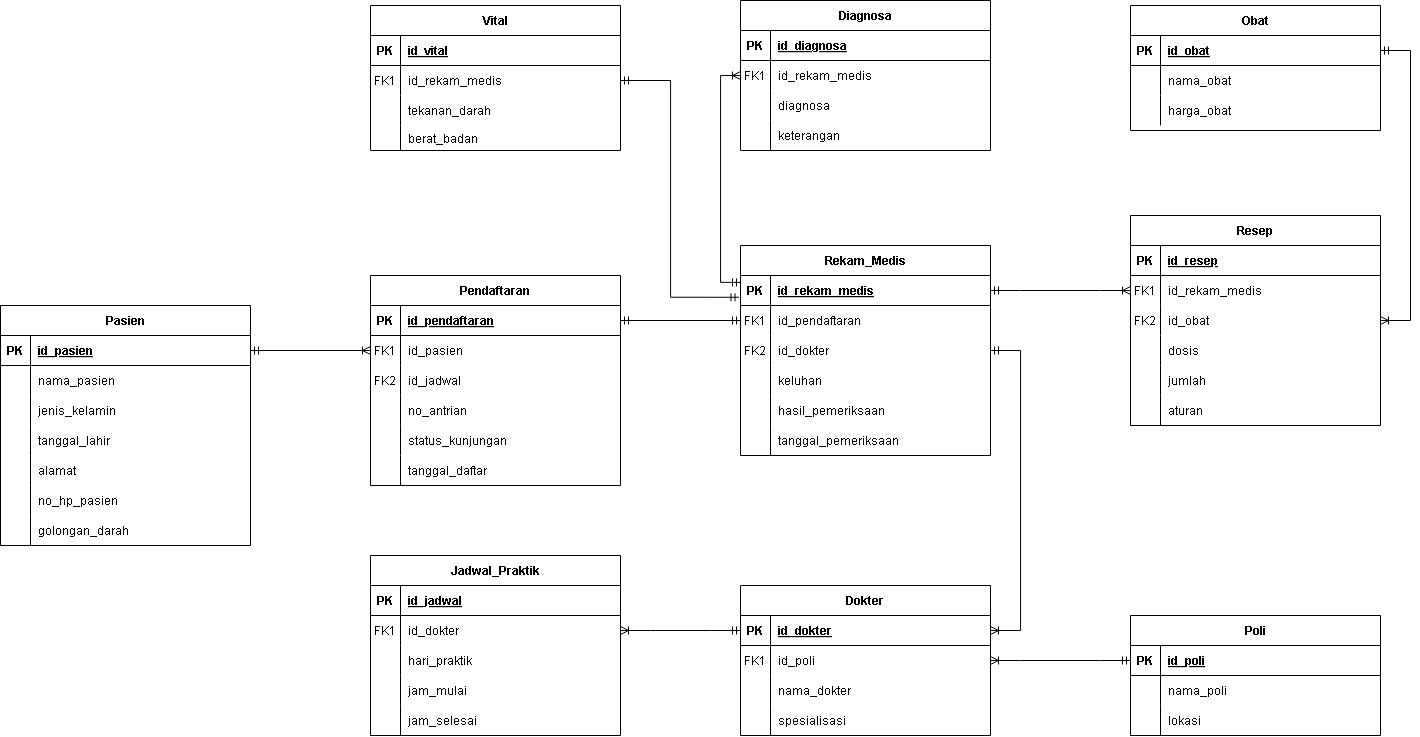
This is ERD.drawio.png from censsignment/db-rumahsakit, a draw.io export, as it was before one commit. Source tidied: cells renumbered, new cells last; positions are measured from the earlier drawing's top-left corner, leaving out a move shared by most shapes.
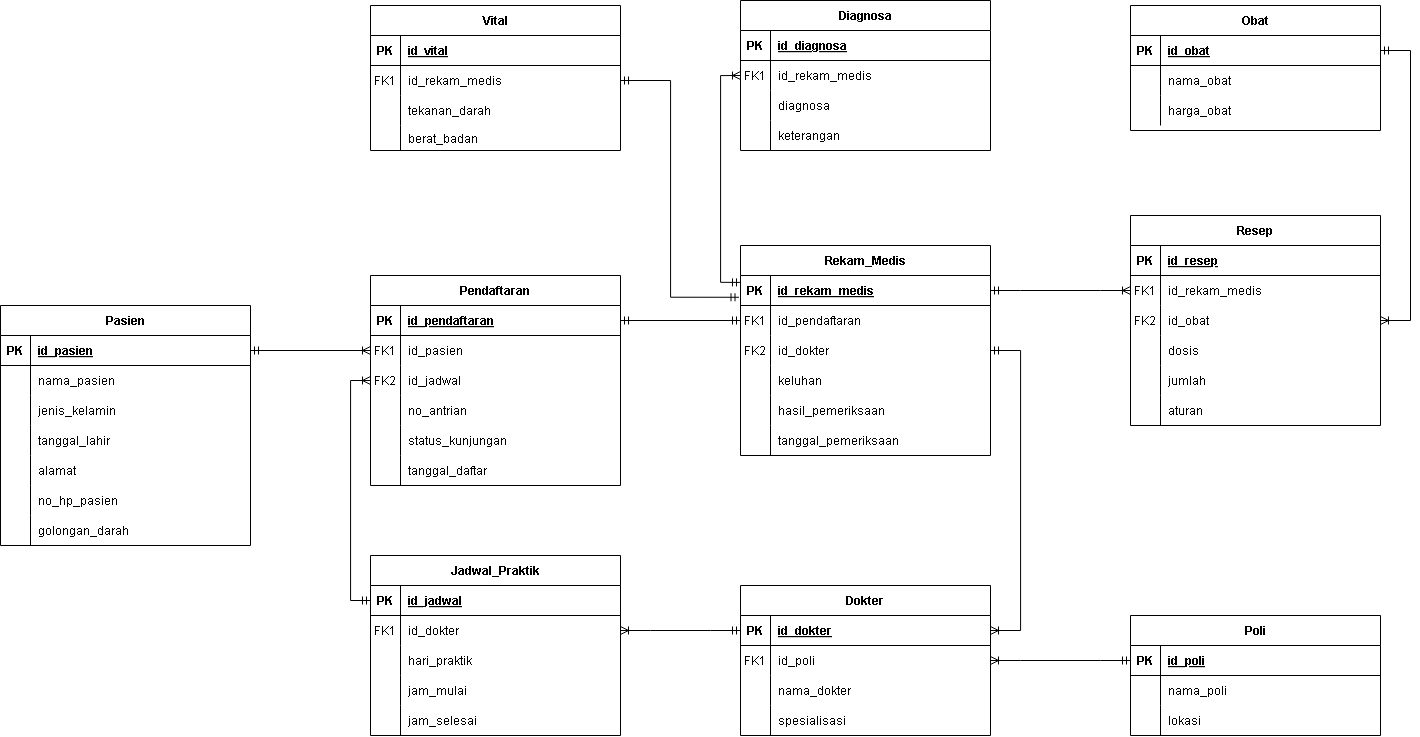
Above is the later version.

Commit message:
Memperbarui ERD

Change to the diagram source:
```diff
@@ -506,5 +506,13 @@
         </Array>
       </mxGeometry>
     </mxCell>
+    <mxCell id="165" style="edgeStyle=orthogonalEdgeStyle;fontSize=12;html=1;endArrow=ERoneToMany;startArrow=ERmandOne;rounded=0;exitX=0;exitY=0.5;exitDx=0;exitDy=0;entryX=0;entryY=0.5;entryDx=0;entryDy=0;" parent="1" edge="1" source="99" target="9">
+      <mxGeometry relative="1" as="geometry">
+        <Array as="points">
+          <mxPoint x="350" y="600" />
+          <mxPoint x="350" y="380" />
+        </Array>
+      </mxGeometry>
+    </mxCell>
   </root>
 </mxGraphModel>
```
